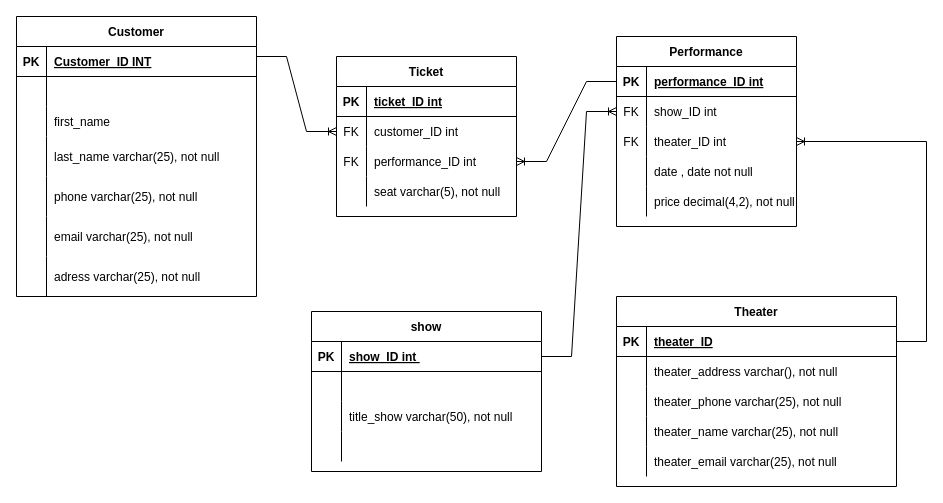
Earlier version of the draw.io diagram M06 Tiny Theaters.drawio (Telmouttaqi/M06-Assessment-Tiny-Theaters). Source tidied: cells renumbered, new cells numbered last; positions are measured from the earlier drawing's top-left corner, leaving out a move shared by most shapes. Both pictures are drawn from the tidied source at 100%, with x=0, y=0 at pixel (16, 16).
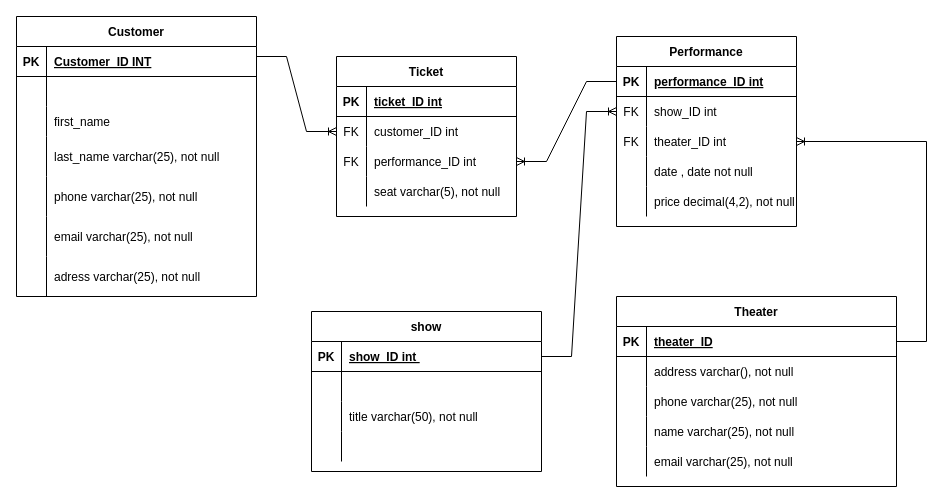
After the change.

Unchanged cells that the change refers to:
```xml
<mxCell id="60" style="shape=tableRow;horizontal=0;startSize=0;swimlaneHead=0;swimlaneBody=0;fillColor=none;top=0;left=0;right=0;bottom=0;" parent="53" vertex="1">
  <mxGeometry y="90" width="230" height="30" as="geometry" />
</mxCell>
<mxCell id="70" style="shape=tableRow;horizontal=0;startSize=0;swimlaneHead=0;swimlaneBody=0;fillColor=none;top=0;left=0;right=0;bottom=0;" parent="66" vertex="1">
  <mxGeometry y="60" width="280" height="30" as="geometry" />
</mxCell>
<mxCell id="73" style="shape=tableRow;horizontal=0;startSize=0;swimlaneHead=0;swimlaneBody=0;fillColor=none;top=0;left=0;right=0;bottom=0;" parent="66" vertex="1">
  <mxGeometry y="90" width="280" height="30" as="geometry" />
</mxCell>
<mxCell id="76" style="shape=tableRow;horizontal=0;startSize=0;swimlaneHead=0;swimlaneBody=0;fillColor=none;top=0;left=0;right=0;bottom=0;" parent="66" vertex="1">
  <mxGeometry y="120" width="280" height="30" as="geometry" />
</mxCell>
<mxCell id="79" style="shape=tableRow;horizontal=0;startSize=0;swimlaneHead=0;swimlaneBody=0;fillColor=none;top=0;left=0;right=0;bottom=0;" parent="66" vertex="1">
  <mxGeometry y="150" width="280" height="30" as="geometry" />
</mxCell>
```

What changed in the source:
```diff
@@
-    <mxCell id="62" value="title_show varchar(50), not null" style="shape=partialRectangle;fillColor=none;top=0;left=0;bottom=0;right=0;align=left;spacingLeft=6;overflow=hidden;" parent="60" vertex="1">
+    <mxCell id="62" value="title varchar(50), not null" style="shape=partialRectangle;fillColor=none;top=0;left=0;bottom=0;right=0;align=left;spacingLeft=6;overflow=hidden;" parent="60" vertex="1">
       <mxGeometry x="30" width="200" height="30" as="geometry" />
     </mxCell>
@@
-    <mxCell id="72" value="theater_address varchar(), not null" style="shape=partialRectangle;fillColor=none;top=0;left=0;bottom=0;right=0;align=left;spacingLeft=6;overflow=hidden;" parent="70" vertex="1">
+    <mxCell id="72" value="address varchar(), not null" style="shape=partialRectangle;fillColor=none;top=0;left=0;bottom=0;right=0;align=left;spacingLeft=6;overflow=hidden;" parent="70" vertex="1">
       <mxGeometry x="30" width="250" height="30" as="geometry" />
     </mxCell>
@@
-    <mxCell id="75" value="theater_phone varchar(25), not null" style="shape=partialRectangle;fillColor=none;top=0;left=0;bottom=0;right=0;align=left;spacingLeft=6;overflow=hidden;" parent="73" vertex="1">
+    <mxCell id="75" value="phone varchar(25), not null" style="shape=partialRectangle;fillColor=none;top=0;left=0;bottom=0;right=0;align=left;spacingLeft=6;overflow=hidden;" parent="73" vertex="1">
       <mxGeometry x="30" width="250" height="30" as="geometry" />
     </mxCell>
@@
-    <mxCell id="78" value="theater_name varchar(25), not null" style="shape=partialRectangle;fillColor=none;top=0;left=0;bottom=0;right=0;align=left;spacingLeft=6;overflow=hidden;" parent="76" vertex="1">
+    <mxCell id="78" value="name varchar(25), not null" style="shape=partialRectangle;fillColor=none;top=0;left=0;bottom=0;right=0;align=left;spacingLeft=6;overflow=hidden;" parent="76" vertex="1">
       <mxGeometry x="30" width="250" height="30" as="geometry" />
     </mxCell>
@@
-    <mxCell id="81" value="theater_email varchar(25), not null" style="shape=partialRectangle;fillColor=none;top=0;left=0;bottom=0;right=0;align=left;spacingLeft=6;overflow=hidden;" parent="79" vertex="1">
+    <mxCell id="81" value="email varchar(25), not null" style="shape=partialRectangle;fillColor=none;top=0;left=0;bottom=0;right=0;align=left;spacingLeft=6;overflow=hidden;" parent="79" vertex="1">
       <mxGeometry x="30" width="250" height="30" as="geometry" />
     </mxCell>
```
